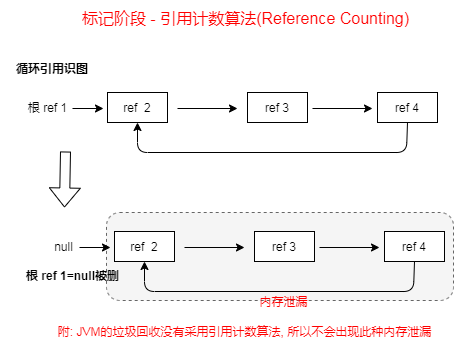
ShawnJoen/draw-picture keeps this draw.io diagram as 标记阶段-引用计数算法(Reference Counting).png. Above is the earlier version. Source tidied: cells renumbered, new cells last; positions are measured from the earlier drawing's top-left corner, leaving out a move shared by most shapes.
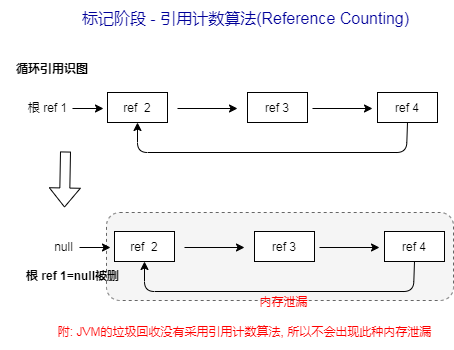
The same file after the commit.

Commit message:
Update 标记阶段-引用计数算法(Reference Counting).png

What changed in the source:
```diff
@@ -99,7 +99,7 @@
     <mxCell id="23" value="附: JVM的垃圾回收没有采用引用计数算法, 所以不会出现此种内存泄漏" style="text;html=1;strokeColor=none;fillColor=none;align=center;verticalAlign=middle;whiteSpace=wrap;rounded=0;dashed=1;fontSize=1;fontColor=#FF0000;" parent="1" vertex="1">
       <mxGeometry x="55" y="312" width="379" height="37" as="geometry" />
     </mxCell>
-    <mxCell id="24" value="&lt;font style=&quot;font-size: 16px&quot;&gt;标记阶段 - 引用计数算法(Reference Counting)&lt;/font&gt;" style="text;html=1;strokeColor=none;fillColor=none;align=center;verticalAlign=middle;whiteSpace=wrap;rounded=0;dashed=1;fontSize=1;fontColor=#FF0000;" parent="1" vertex="1">
+    <mxCell id="24" value="&lt;font style=&quot;font-size: 16px&quot; color=&quot;#000099&quot;&gt;标记阶段 - 引用计数算法(Reference Counting)&lt;/font&gt;" style="text;html=1;strokeColor=none;fillColor=none;align=center;verticalAlign=middle;whiteSpace=wrap;rounded=0;dashed=1;fontSize=1;fontColor=#FF0000;" parent="1" vertex="1">
       <mxGeometry x="78" width="335" height="36" as="geometry" />
     </mxCell>
   </root>
```
